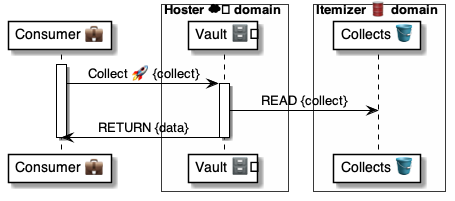
The PlantUML diagram 4 ⚙️ Solution/41 🎭 Domain Roles/Vaults 🗄️/🗄️🅰️ Vault methods/Collect 💼🚀🗄️/🗄️ Collect ⚙️ uml.png in pollyweb-org/pollyweb-docs, before a commit. Its source is kept beside it as 4 ⚙️ Solution/41 🎭 Domain Roles/Vaults 🗄️/🗄️🅰️ Vault methods/Collect 💼🚀🗄️/🗄️ Collect ⚙️ uml.puml. Source of this version:
```plantuml
@startuml Collet@Vault

participant "Consumer 💼" as consumer

box Hoster ☁️ domain #FFFFFA
    participant "Vault 🗄️" as vault
end box

box Itemizer 🛢 domain #FFFFFA
    participant "Collects 🪣" as collects
end box


activate consumer
    consumer -> vault: Collect 🚀 {collect}
    activate vault
        vault -> collects: READ {collect}
        vault -> consumer: RETURN {data}
    deactivate vault

deactivate consumer

@enduml
```
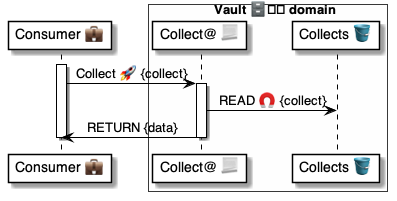
After the change.

Change to the diagram source:
```diff
@@ -2,11 +2,8 @@
 
 participant "Consumer 💼" as consumer
 
-box Hoster ☁️ domain #FFFFFA
-    participant "Vault 🗄️" as vault
-end box
-
-box Itemizer 🛢 domain #FFFFFA
+box Vault 🗄️️ domain #FFFFFA
+    participant "Collect@ 📃" as vault
     participant "Collects 🪣" as collects
 end box
 
@@ -14,7 +11,7 @@
 activate consumer
     consumer -> vault: Collect 🚀 {collect}
     activate vault
-        vault -> collects: READ {collect}
+        vault -> collects: READ 🧲 {collect}
         vault -> consumer: RETURN {data}
     deactivate vault
 
```
